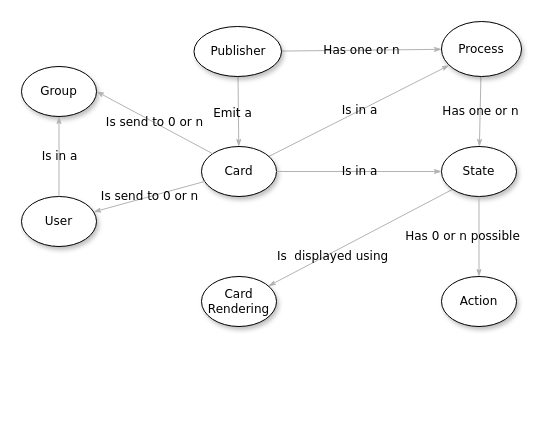
The draw.io diagram src/docs/asciidoc/images/BusinessObjects.drawio in opfab/operatorfabric-core, before the edit. Source tidied: cells renumbered, new cells numbered last; positions are measured from the earlier drawing's top-left corner, leaving out a move shared by most shapes. Both pictures are drawn from the tidied source at 100%, with x=0, y=0 at pixel (21, 21).
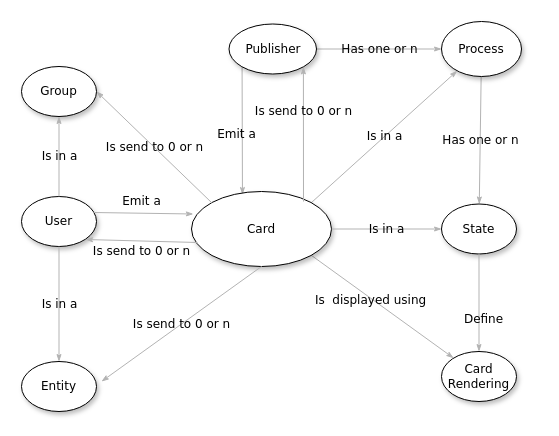
The same page after the edit.

The change refers to these unchanged cells:
```xml
<mxCell id="7" value="Process" style="ellipse;whiteSpace=wrap;html=1;rounded=0;shadow=1;comic=0;labelBackgroundColor=none;strokeWidth=1;fontFamily=Verdana;fontSize=12;align=center;" parent="1" vertex="1">
  <mxGeometry x="420" width="80" height="55" as="geometry" />
</mxCell>
<mxCell id="13" value="User" style="ellipse;whiteSpace=wrap;html=1;rounded=0;shadow=1;comic=0;labelBackgroundColor=none;strokeWidth=1;fontFamily=Verdana;fontSize=12;align=center;" parent="1" vertex="1">
  <mxGeometry y="175" width="75" height="50" as="geometry" />
</mxCell>
```

The edit, as a diff of the source:
```diff
@@
-    <mxCell id="3" value="Emit a " style="edgeStyle=none;rounded=1;html=1;labelBackgroundColor=none;startArrow=none;startFill=0;startSize=5;endArrow=classicThin;endFill=1;endSize=5;jettySize=auto;strokeColor=#B3B3B3;strokeWidth=1;fontFamily=Verdana;fontSize=12;" parent="1" edge="1" source="4" target="11">
+    <mxCell id="3" value="Emit a " style="edgeStyle=none;rounded=1;html=1;labelBackgroundColor=none;startArrow=none;startFill=0;startSize=5;endArrow=classicThin;endFill=1;endSize=5;jettySize=auto;strokeColor=#B3B3B3;strokeWidth=1;fontFamily=Verdana;fontSize=12;exitX=0;exitY=1;exitDx=0;exitDy=0;entryX=0.364;entryY=0.04;entryDx=0;entryDy=0;entryPerimeter=0;" parent="1" edge="1" source="4" target="11">
       <mxGeometry x="0.06" y="-7" relative="1" as="geometry">
         <mxPoint x="1" as="offset" />
       </mxGeometry>
     </mxCell>
     <mxCell id="4" value="Publisher" style="ellipse;whiteSpace=wrap;html=1;rounded=0;shadow=1;comic=0;labelBackgroundColor=none;strokeWidth=1;fontFamily=Verdana;fontSize=12;align=center;" parent="1" vertex="1">
-      <mxGeometry x="172.5" y="5" width="87.5" height="50" as="geometry" />
+      <mxGeometry x="207.5" y="2.5" width="87.5" height="50" as="geometry" />
     </mxCell>
@@
-    <mxCell id="6" value="Is&amp;nbsp; displayed using " style="edgeStyle=none;rounded=1;html=1;labelBackgroundColor=none;startArrow=none;startFill=0;startSize=5;endArrow=classicThin;endFill=1;endSize=5;jettySize=auto;strokeColor=#B3B3B3;strokeWidth=1;fontFamily=Verdana;fontSize=12;exitX=0;exitY=1;exitDx=0;exitDy=0;" parent="1" edge="1" source="9" target="8">
-      <mxGeometry x="0.33" y="3" relative="1" as="geometry">
-        <mxPoint x="1" as="offset" />
-      </mxGeometry>
+    <mxCell id="6" value="Is&amp;nbsp; displayed using " style="edgeStyle=none;rounded=1;html=1;labelBackgroundColor=none;startArrow=none;startFill=0;startSize=5;endArrow=classicThin;endFill=1;endSize=5;jettySize=auto;strokeColor=#B3B3B3;strokeWidth=1;fontFamily=Verdana;fontSize=12;exitX=1;exitY=1;exitDx=0;exitDy=0;" parent="1" edge="1" source="11" target="8">
+      <mxGeometry x="-0.14" y="-2" relative="1" as="geometry" />
     </mxCell>
@@
     <mxCell id="8" value="Card Rendering" style="ellipse;whiteSpace=wrap;html=1;rounded=0;shadow=1;comic=0;labelBackgroundColor=none;strokeWidth=1;fontFamily=Verdana;fontSize=12;align=center;" parent="1" vertex="1">
-      <mxGeometry x="180" y="255" width="75" height="50" as="geometry" />
+      <mxGeometry x="420" y="330" width="75" height="50" as="geometry" />
     </mxCell>
     <mxCell id="9" value="State" style="ellipse;whiteSpace=wrap;html=1;rounded=0;shadow=1;comic=0;labelBackgroundColor=none;strokeWidth=1;fontFamily=Verdana;fontSize=12;align=center;" parent="1" vertex="1">
-      <mxGeometry x="420" y="125" width="75" height="50" as="geometry" />
+      <mxGeometry x="420" y="182.5" width="75" height="50" as="geometry" />
     </mxCell>
-    <mxCell id="10" value="Is in a " style="edgeStyle=none;rounded=1;html=1;labelBackgroundColor=none;startArrow=none;startFill=0;startSize=5;endArrow=classicThin;endFill=1;endSize=5;jettySize=auto;strokeColor=#B3B3B3;strokeWidth=1;fontFamily=Verdana;fontSize=12;" parent="1" edge="1" source="11" target="7">
+    <mxCell id="10" value="Is in a " style="edgeStyle=none;rounded=1;html=1;labelBackgroundColor=none;startArrow=none;startFill=0;startSize=5;endArrow=classicThin;endFill=1;endSize=5;jettySize=auto;strokeColor=#B3B3B3;strokeWidth=1;fontFamily=Verdana;fontSize=12;exitX=1;exitY=0;exitDx=0;exitDy=0;" parent="1" edge="1" source="11" target="7">
       <mxGeometry relative="1" as="geometry" />
     </mxCell>
     <mxCell id="11" value="Card " style="ellipse;whiteSpace=wrap;html=1;rounded=0;shadow=1;comic=0;labelBackgroundColor=none;strokeWidth=1;fontFamily=Verdana;fontSize=12;align=center;" parent="1" vertex="1">
-      <mxGeometry x="180" y="125" width="75" height="50" as="geometry" />
+      <mxGeometry x="170" y="170" width="140" height="75" as="geometry" />
     </mxCell>
@@
-    <mxCell id="15" value="Action" style="ellipse;whiteSpace=wrap;html=1;rounded=0;shadow=1;comic=0;labelBackgroundColor=none;strokeWidth=1;fontFamily=Verdana;fontSize=12;align=center;" parent="1" vertex="1">
-      <mxGeometry x="420" y="255" width="75" height="50" as="geometry" />
-    </mxCell>
-    <mxCell id="16" value="Has 0 or n possible " style="edgeStyle=none;rounded=1;html=1;labelBackgroundColor=none;startArrow=none;startFill=0;startSize=5;endArrow=classicThin;endFill=1;endSize=5;jettySize=auto;strokeColor=#B3B3B3;strokeWidth=1;fontFamily=Verdana;fontSize=12;exitX=0.5;exitY=1;exitDx=0;exitDy=0;" parent="1" edge="1" source="9" target="15">
-      <mxGeometry y="-17" relative="1" as="geometry" />
-    </mxCell>
@@
-    <mxCell id="18" value="Is send to 0 or n " style="edgeStyle=none;rounded=1;html=1;labelBackgroundColor=none;startArrow=none;startFill=0;startSize=5;endArrow=classicThin;endFill=1;endSize=5;jettySize=auto;strokeColor=#B3B3B3;strokeWidth=1;fontFamily=Verdana;fontSize=12;exitX=0.04;exitY=0.7;exitDx=0;exitDy=0;exitPerimeter=0;" parent="1" edge="1" source="11" target="13">
-      <mxGeometry relative="1" as="geometry" />
+    <mxCell id="18" value="Is send to 0 or n " style="edgeStyle=none;rounded=1;html=1;labelBackgroundColor=none;startArrow=none;startFill=0;startSize=5;endArrow=classicThin;endFill=1;endSize=5;jettySize=auto;strokeColor=#B3B3B3;strokeWidth=1;fontFamily=Verdana;fontSize=12;exitX=0.043;exitY=0.68;exitDx=0;exitDy=0;exitPerimeter=0;" parent="1" edge="1" source="11">
+      <mxGeometry y="10" relative="1" as="geometry">
+        <mxPoint x="64" y="218" as="targetPoint" />
+        <mxPoint y="1" as="offset" />
+      </mxGeometry>
     </mxCell>
@@
+    <mxCell id="21" value="Entity" style="ellipse;whiteSpace=wrap;html=1;rounded=0;shadow=1;comic=0;labelBackgroundColor=none;strokeWidth=1;fontFamily=Verdana;fontSize=12;align=center;" parent="1" vertex="1">
+      <mxGeometry y="340" width="75" height="50" as="geometry" />
+    </mxCell>
+    <mxCell id="22" value="Is send to 0 or n " style="edgeStyle=none;rounded=1;html=1;labelBackgroundColor=none;startArrow=none;startFill=0;startSize=5;endArrow=classicThin;endFill=1;endSize=5;jettySize=auto;strokeColor=#B3B3B3;strokeWidth=1;fontFamily=Verdana;fontSize=12;exitX=0.5;exitY=1;exitDx=0;exitDy=0;" parent="1" edge="1" source="11">
+      <mxGeometry relative="1" as="geometry">
+        <mxPoint x="80" y="360" as="targetPoint" />
+      </mxGeometry>
+    </mxCell>
+    <mxCell id="23" value="Is in a " style="edgeStyle=none;rounded=1;html=1;labelBackgroundColor=none;startArrow=none;startFill=0;startSize=5;endArrow=classicThin;endFill=1;endSize=5;jettySize=auto;strokeColor=#B3B3B3;strokeWidth=1;fontFamily=Verdana;fontSize=12;exitX=0.5;exitY=1;exitDx=0;exitDy=0;entryX=0.5;entryY=0;entryDx=0;entryDy=0;" parent="1" edge="1" source="13" target="21">
+      <mxGeometry relative="1" as="geometry" />
+    </mxCell>
+    <mxCell id="24" value="Define" style="edgeStyle=none;rounded=1;html=1;labelBackgroundColor=none;startArrow=none;startFill=0;startSize=5;endArrow=classicThin;endFill=1;endSize=5;jettySize=auto;strokeColor=#B3B3B3;strokeWidth=1;fontFamily=Verdana;fontSize=12;exitX=0.5;exitY=1;exitDx=0;exitDy=0;entryX=0.5;entryY=0;entryDx=0;entryDy=0;" parent="1" edge="1" source="9" target="8">
+      <mxGeometry x="0.33" y="3" relative="1" as="geometry">
+        <mxPoint x="1" as="offset" />
+      </mxGeometry>
+    </mxCell>
+    <mxCell id="25" value="Emit a " style="edgeStyle=none;rounded=1;html=1;labelBackgroundColor=none;startArrow=none;startFill=0;startSize=5;endArrow=classicThin;endFill=1;endSize=5;jettySize=auto;strokeColor=#B3B3B3;strokeWidth=1;fontFamily=Verdana;fontSize=12;exitX=0.96;exitY=0.32;exitDx=0;exitDy=0;exitPerimeter=0;entryX=0.013;entryY=0.3;entryDx=0;entryDy=0;entryPerimeter=0;" parent="1" edge="1" source="13" target="11">
+      <mxGeometry x="-0.04" y="12" relative="1" as="geometry" />
+    </mxCell>
+    <mxCell id="26" value="Is send to 0 or n " style="edgeStyle=none;rounded=1;html=1;labelBackgroundColor=none;startArrow=none;startFill=0;startSize=5;endArrow=classicThin;endFill=1;endSize=5;jettySize=auto;strokeColor=#B3B3B3;strokeWidth=1;fontFamily=Verdana;fontSize=12;entryX=1;entryY=1;entryDx=0;entryDy=0;" parent="1" edge="1" target="4">
+      <mxGeometry x="0.34" relative="1" as="geometry">
+        <mxPoint x="282" y="180" as="sourcePoint" />
+      </mxGeometry>
+    </mxCell>
```
